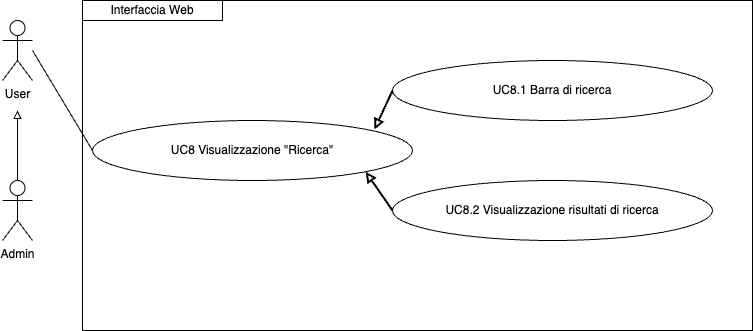
Above: imgs/Uml/UC8.png in ShameIRL/farmacode (draw.io), before the change. Source tidied: cells renumbered, new cells last; positions are measured from the earlier drawing's top-left corner, leaving out a move shared by most shapes. The source it was exported from:
```xml
<mxGraphModel>
  <root>
    <mxCell id="0" />
    <mxCell id="1" parent="0" />
    <mxCell id="2" style="edgeStyle=orthogonalEdgeStyle;rounded=0;jettySize=auto;html=1;exitX=0.5;exitY=0;exitDx=0;exitDy=0;exitPerimeter=0;endArrow=block;endFill=0;" parent="1" edge="1" source="3">
      <mxGeometry relative="1" as="geometry">
        <mxPoint x="15" y="110" as="targetPoint" />
      </mxGeometry>
    </mxCell>
    <mxCell id="3" value="Admin" style="shape=umlActor;verticalLabelPosition=bottom;verticalAlign=top;html=1;outlineConnect=0;" parent="1" vertex="1">
      <mxGeometry y="180" width="30" height="60" as="geometry" />
    </mxCell>
    <mxCell id="4" value="UC8 Visualizzazione &quot;Ricerca&quot;" style="ellipse;whiteSpace=wrap;html=1;" parent="1" vertex="1">
      <mxGeometry x="90" y="120" width="320" height="60" as="geometry" />
    </mxCell>
    <mxCell id="5" value="User" style="shape=umlActor;verticalLabelPosition=bottom;verticalAlign=top;html=1;" parent="1" vertex="1">
      <mxGeometry y="20" width="30" height="60" as="geometry" />
    </mxCell>
    <mxCell id="6" style="endArrow=none;html=1;rounded=0;entryX=0;entryY=0.5;entryDx=0;entryDy=0;" parent="1" edge="1" target="4">
      <mxGeometry relative="1" as="geometry">
        <mxPoint x="30" y="50" as="sourcePoint" />
      </mxGeometry>
    </mxCell>
    <mxCell id="7" value="Interfaccia Web" style="rounded=0;whiteSpace=wrap;html=1;" parent="1" vertex="1">
      <mxGeometry x="80" width="140" height="20" as="geometry" />
    </mxCell>
    <mxCell id="8" value="UC8.1 Barra di ricerca" style="ellipse;whiteSpace=wrap;html=1;" parent="1" vertex="1">
      <mxGeometry x="390" y="60" width="320" height="60" as="geometry" />
    </mxCell>
    <mxCell id="9" value="UC8.2 Visualizzazione risultati di ricerca" style="ellipse;whiteSpace=wrap;html=1;" parent="1" vertex="1">
      <mxGeometry x="390" y="180" width="320" height="60" as="geometry" />
    </mxCell>
    <mxCell id="10" style="endArrow=none;html=1;rounded=0;entryX=0;entryY=0.5;entryDx=0;entryDy=0;startArrow=block;startFill=0;strokeWidth=2;exitX=0.881;exitY=0.15;exitDx=0;exitDy=0;exitPerimeter=0;" parent="1" edge="1" source="4">
      <mxGeometry relative="1" as="geometry">
        <mxPoint x="390" y="90" as="targetPoint" />
      </mxGeometry>
    </mxCell>
    <mxCell id="11" style="endArrow=none;html=1;rounded=0;entryX=0;entryY=0.5;entryDx=0;entryDy=0;startArrow=block;startFill=0;strokeWidth=2;exitX=1;exitY=1;exitDx=0;exitDy=0;" parent="1" edge="1" source="4" target="9">
      <mxGeometry relative="1" as="geometry" />
    </mxCell>
    <mxCell id="12" style="rounded=0;whiteSpace=wrap;html=1;fillColor=none;" parent="1" vertex="1">
      <mxGeometry x="80" width="670" height="330" as="geometry" />
    </mxCell>
  </root>
</mxGraphModel>
```
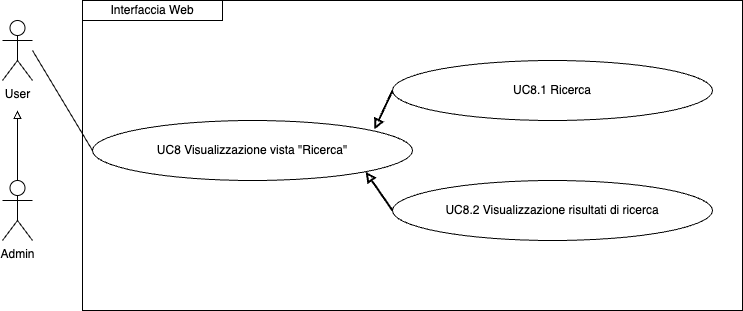
Above is the later version.

What changed in the source:
```diff
@@ -10,7 +10,7 @@
     <mxCell id="3" value="Admin" style="shape=umlActor;verticalLabelPosition=bottom;verticalAlign=top;html=1;outlineConnect=0;" parent="1" vertex="1">
       <mxGeometry y="180" width="30" height="60" as="geometry" />
     </mxCell>
-    <mxCell id="4" value="UC8 Visualizzazione &quot;Ricerca&quot;" style="ellipse;whiteSpace=wrap;html=1;" parent="1" vertex="1">
+    <mxCell id="4" value="UC8 Visualizzazione vista &quot;Ricerca&quot;" style="ellipse;whiteSpace=wrap;html=1;" parent="1" vertex="1">
       <mxGeometry x="90" y="120" width="320" height="60" as="geometry" />
     </mxCell>
     <mxCell id="5" value="User" style="shape=umlActor;verticalLabelPosition=bottom;verticalAlign=top;html=1;" parent="1" vertex="1">
@@ -24,7 +24,7 @@
     <mxCell id="7" value="Interfaccia Web" style="rounded=0;whiteSpace=wrap;html=1;" parent="1" vertex="1">
       <mxGeometry x="80" width="140" height="20" as="geometry" />
     </mxCell>
-    <mxCell id="8" value="UC8.1 Barra di ricerca" style="ellipse;whiteSpace=wrap;html=1;" parent="1" vertex="1">
+    <mxCell id="8" value="UC8.1 Ricerca" style="ellipse;whiteSpace=wrap;html=1;" parent="1" vertex="1">
       <mxGeometry x="390" y="60" width="320" height="60" as="geometry" />
     </mxCell>
     <mxCell id="9" value="UC8.2 Visualizzazione risultati di ricerca" style="ellipse;whiteSpace=wrap;html=1;" parent="1" vertex="1">
@@ -38,8 +38,8 @@
     <mxCell id="11" style="endArrow=none;html=1;rounded=0;entryX=0;entryY=0.5;entryDx=0;entryDy=0;startArrow=block;startFill=0;strokeWidth=2;exitX=1;exitY=1;exitDx=0;exitDy=0;" parent="1" edge="1" source="4" target="9">
       <mxGeometry relative="1" as="geometry" />
     </mxCell>
-    <mxCell id="12" style="rounded=0;whiteSpace=wrap;html=1;fillColor=none;" parent="1" vertex="1">
-      <mxGeometry x="80" width="670" height="330" as="geometry" />
-    </mxCell>
+    <mxCell id="13" style="rounded=0;whiteSpace=wrap;html=1;fillColor=none;" parent="1" vertex="1">
+      <mxGeometry x="80" width="660" height="310" as="geometry" />
+    </mxCell>
   </root>
 </mxGraphModel>
```
